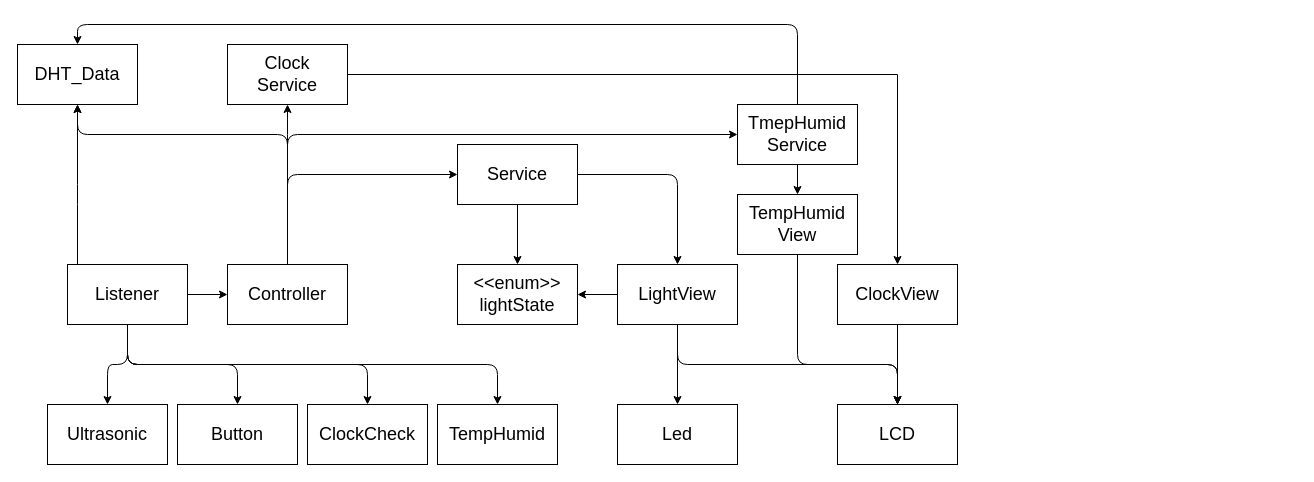
This is page "페이지-1" (1 of 2) of sw_design/architecture.drawio from Stradito/StandLight_Clock_temp_distan, a draw.io file, before an edit. Source tidied: cells renumbered, new cells numbered last; positions are measured from the earlier drawing's top-left corner, leaving out a move shared by most shapes. Both pictures are drawn from the tidied source at 100%, with x=0, y=0 at pixel (17, 24).
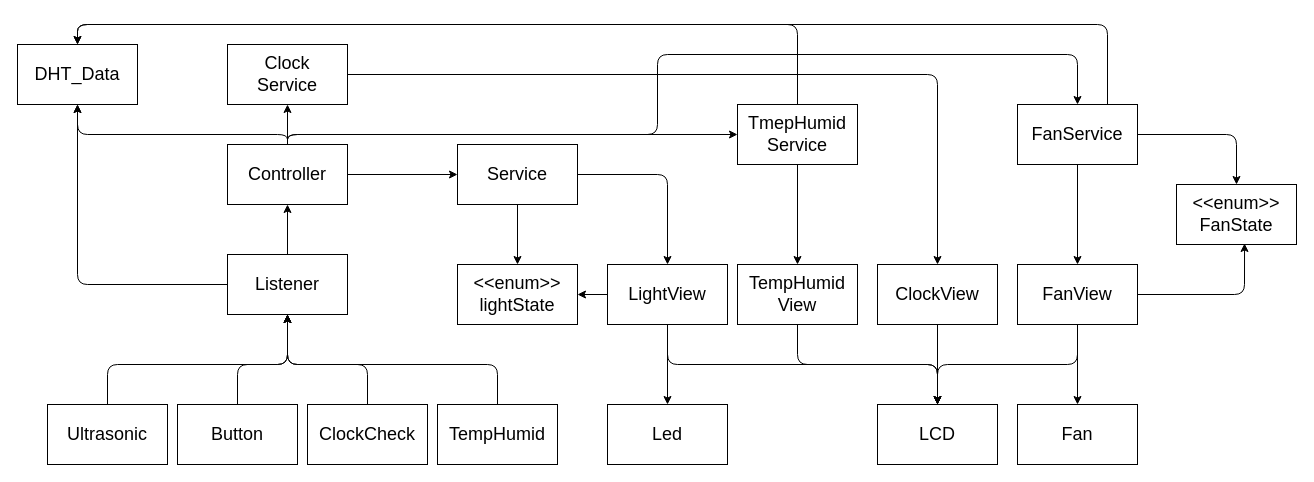
Above is the later version.

The change refers to these unchanged cells:
```xml
<mxCell id="2" value="Button" style="whiteSpace=wrap;html=1;fontSize=18;" parent="1" vertex="1">
  <mxGeometry x="160" y="380" width="120" height="60" as="geometry" />
</mxCell>
<mxCell id="19" value="Clock&lt;br&gt;Service" style="whiteSpace=wrap;html=1;fontSize=18;" parent="1" vertex="1">
  <mxGeometry x="210" y="20" width="120" height="60" as="geometry" />
</mxCell>
<mxCell id="23" value="Service" style="whiteSpace=wrap;html=1;fontSize=18;" parent="1" vertex="1">
  <mxGeometry x="440" y="120" width="120" height="60" as="geometry" />
</mxCell>
<mxCell id="28" value="ClockCheck" style="whiteSpace=wrap;html=1;fontSize=18;" parent="1" vertex="1">
  <mxGeometry x="290" y="380" width="120" height="60" as="geometry" />
</mxCell>
<mxCell id="29" value="DHT_Data" style="whiteSpace=wrap;html=1;fontSize=18;" parent="1" vertex="1">
  <mxGeometry y="20" width="120" height="60" as="geometry" />
</mxCell>
<mxCell id="35" value="Ultrasonic" style="whiteSpace=wrap;html=1;fontSize=18;" parent="1" vertex="1">
  <mxGeometry x="30" y="380" width="120" height="60" as="geometry" />
</mxCell>
<mxCell id="37" value="TempHumid" style="whiteSpace=wrap;html=1;fontSize=18;" parent="1" vertex="1">
  <mxGeometry x="420" y="380" width="120" height="60" as="geometry" />
</mxCell>
```

Diff of the diagram source:
```diff
@@
+    <mxCell id="38" style="edgeStyle=none;html=1;" parent="1" edge="1">
+      <mxGeometry relative="1" as="geometry">
+        <mxPoint x="220" y="380" as="sourcePoint" />
+        <mxPoint x="270" y="290" as="targetPoint" />
+        <Array as="points">
+          <mxPoint x="220" y="340" />
+          <mxPoint x="270" y="340" />
+        </Array>
+      </mxGeometry>
+    </mxCell>
@@
-    <mxCell id="3" style="edgeStyle=none;html=1;fontSize=18;entryX=0.5;entryY=0;entryDx=0;entryDy=0;" parent="1" edge="1" source="9" target="2">
-      <mxGeometry relative="1" as="geometry">
-        <Array as="points">
-          <mxPoint x="110" y="340" />
-          <mxPoint x="220" y="340" />
-        </Array>
-      </mxGeometry>
-    </mxCell>
@@
-    <mxCell id="5" style="edgeStyle=none;html=1;entryX=0.5;entryY=0;entryDx=0;entryDy=0;exitX=0.5;exitY=1;exitDx=0;exitDy=0;" parent="1" edge="1" source="9" target="28">
-      <mxGeometry relative="1" as="geometry">
-        <Array as="points">
-          <mxPoint x="110" y="340" />
-          <mxPoint x="350" y="340" />
-        </Array>
-      </mxGeometry>
-    </mxCell>
-    <mxCell id="6" style="edgeStyle=none;html=1;entryX=0.5;entryY=1;entryDx=0;entryDy=0;" parent="1" edge="1" target="29">
+    <mxCell id="6" style="edgeStyle=none;html=1;entryX=0.5;entryY=1;entryDx=0;entryDy=0;exitX=0;exitY=0.5;exitDx=0;exitDy=0;" parent="1" edge="1" source="9" target="29">
       <mxGeometry relative="1" as="geometry">
-        <mxPoint x="60" y="250" as="sourcePoint" />
         <Array as="points">
-          <mxPoint x="60" y="170" />
+          <mxPoint x="60" y="260" />
         </Array>
       </mxGeometry>
     </mxCell>
-    <mxCell id="7" style="edgeStyle=none;html=1;entryX=0.5;entryY=0;entryDx=0;entryDy=0;" parent="1" edge="1" source="9" target="35">
-      <mxGeometry relative="1" as="geometry">
-        <Array as="points">
-          <mxPoint x="110" y="340" />
-          <mxPoint x="90" y="340" />
-        </Array>
-      </mxGeometry>
-    </mxCell>
-    <mxCell id="8" style="edgeStyle=none;html=1;entryX=0.5;entryY=0;entryDx=0;entryDy=0;" parent="1" edge="1" source="9" target="37">
-      <mxGeometry relative="1" as="geometry">
-        <Array as="points">
-          <mxPoint x="110" y="340" />
-          <mxPoint x="480" y="340" />
-        </Array>
-      </mxGeometry>
-    </mxCell>
     <mxCell id="9" value="Listener" style="whiteSpace=wrap;html=1;fontSize=18;" parent="1" vertex="1">
-      <mxGeometry x="50" y="240" width="120" height="60" as="geometry" />
+      <mxGeometry x="210" y="230" width="120" height="60" as="geometry" />
     </mxCell>
-    <mxCell id="10" style="edgeStyle=none;html=1;fontSize=18;entryX=0.5;entryY=1;entryDx=0;entryDy=0;" parent="1" edge="1" target="19">
+    <mxCell id="10" style="edgeStyle=none;html=1;fontSize=18;entryX=0.5;entryY=1;entryDx=0;entryDy=0;exitX=0.5;exitY=0;exitDx=0;exitDy=0;" parent="1" edge="1" source="14" target="19">
       <mxGeometry relative="1" as="geometry">
-        <mxPoint x="270" y="240" as="sourcePoint" />
         <Array as="points">
           <mxPoint x="270" y="120" />
         </Array>
       </mxGeometry>
     </mxCell>
@@
+    <mxCell id="39" style="edgeStyle=none;html=1;entryX=0.5;entryY=0;entryDx=0;entryDy=0;" parent="1" edge="1" source="14" target="50">
+      <mxGeometry relative="1" as="geometry">
+        <Array as="points">
+          <mxPoint x="270" y="110" />
+          <mxPoint x="640" y="110" />
+          <mxPoint x="640" y="30" />
+          <mxPoint x="1060" y="30" />
+        </Array>
+      </mxGeometry>
+    </mxCell>
     <mxCell id="14" value="Controller" style="whiteSpace=wrap;html=1;fontSize=18;" parent="1" vertex="1">
-      <mxGeometry x="210" y="240" width="120" height="60" as="geometry" />
+      <mxGeometry x="210" y="120" width="120" height="60" as="geometry" />
     </mxCell>
@@
     <mxCell id="16" value="ClockView" style="whiteSpace=wrap;html=1;fontSize=18;" parent="1" vertex="1">
-      <mxGeometry x="820" y="240" width="120" height="60" as="geometry" />
+      <mxGeometry x="860" y="240" width="120" height="60" as="geometry" />
     </mxCell>
     <mxCell id="17" value="Led" style="whiteSpace=wrap;html=1;fontSize=18;" parent="1" vertex="1">
-      <mxGeometry x="600" y="380" width="120" height="60" as="geometry" />
+      <mxGeometry x="590" y="380" width="120" height="60" as="geometry" />
     </mxCell>
-    <mxCell id="18" style="edgeStyle=orthogonalEdgeStyle;html=1;exitX=1;exitY=0.5;exitDx=0;exitDy=0;entryX=0.5;entryY=0;entryDx=0;entryDy=0;fontSize=18;rounded=0;" parent="1" edge="1" source="19" target="16">
+    <mxCell id="18" style="edgeStyle=orthogonalEdgeStyle;html=1;exitX=1;exitY=0.5;exitDx=0;exitDy=0;entryX=0.5;entryY=0;entryDx=0;entryDy=0;fontSize=18;rounded=1;" parent="1" edge="1" source="19" target="16">
       <mxGeometry relative="1" as="geometry" />
     </mxCell>
@@
     <mxCell id="20" value="LCD" style="whiteSpace=wrap;html=1;fontSize=18;" parent="1" vertex="1">
-      <mxGeometry x="820" y="380" width="120" height="60" as="geometry" />
+      <mxGeometry x="860" y="380" width="120" height="60" as="geometry" />
     </mxCell>
     <mxCell id="21" style="edgeStyle=none;html=1;entryX=0.5;entryY=0;entryDx=0;entryDy=0;" parent="1" edge="1" source="23" target="27">
       <mxGeometry relative="1" as="geometry">
         <Array as="points">
-          <mxPoint x="660" y="150" />
+          <mxPoint x="650" y="150" />
         </Array>
       </mxGeometry>
     </mxCell>
@@
     <mxCell id="25" style="edgeStyle=none;html=1;entryX=0.5;entryY=0;entryDx=0;entryDy=0;exitX=0.5;exitY=1;exitDx=0;exitDy=0;" parent="1" edge="1" source="27" target="20">
       <mxGeometry relative="1" as="geometry">
         <Array as="points">
-          <mxPoint x="660" y="340" />
-          <mxPoint x="880" y="340" />
+          <mxPoint x="650" y="340" />
+          <mxPoint x="920" y="340" />
         </Array>
       </mxGeometry>
     </mxCell>
@@
     <mxCell id="27" value="LightView" style="whiteSpace=wrap;html=1;fontSize=18;" parent="1" vertex="1">
-      <mxGeometry x="600" y="240" width="120" height="60" as="geometry" />
+      <mxGeometry x="590" y="240" width="120" height="60" as="geometry" />
     </mxCell>
+    <mxCell id="40" style="edgeStyle=none;html=1;entryX=0.5;entryY=1;entryDx=0;entryDy=0;" parent="1" edge="1" source="28" target="9">
+      <mxGeometry relative="1" as="geometry">
+        <Array as="points">
+          <mxPoint x="350" y="340" />
+          <mxPoint x="270" y="340" />
+        </Array>
+      </mxGeometry>
+    </mxCell>
@@
     <mxCell id="33" style="edgeStyle=none;html=1;entryX=0.5;entryY=0;entryDx=0;entryDy=0;" parent="1" edge="1" source="34" target="20">
       <mxGeometry relative="1" as="geometry">
         <Array as="points">
           <mxPoint x="780" y="340" />
-          <mxPoint x="880" y="340" />
+          <mxPoint x="920" y="340" />
         </Array>
       </mxGeometry>
     </mxCell>
     <mxCell id="34" value="TempHumid&lt;br&gt;View" style="whiteSpace=wrap;html=1;fontSize=18;" parent="1" vertex="1">
-      <mxGeometry x="720" y="170" width="120" height="60" as="geometry" />
+      <mxGeometry x="720" y="240" width="120" height="60" as="geometry" />
     </mxCell>
+    <mxCell id="41" style="edgeStyle=none;html=1;entryX=0.5;entryY=1;entryDx=0;entryDy=0;exitX=0.5;exitY=0;exitDx=0;exitDy=0;" parent="1" edge="1" source="35" target="9">
+      <mxGeometry relative="1" as="geometry">
+        <Array as="points">
+          <mxPoint x="90" y="340" />
+          <mxPoint x="270" y="340" />
+        </Array>
+      </mxGeometry>
+    </mxCell>
@@
+    <mxCell id="42" style="edgeStyle=none;html=1;" parent="1" edge="1" source="37">
+      <mxGeometry relative="1" as="geometry">
+        <mxPoint x="270" y="290" as="targetPoint" />
+        <Array as="points">
+          <mxPoint x="480" y="340" />
+          <mxPoint x="270" y="340" />
+        </Array>
+      </mxGeometry>
+    </mxCell>
@@
+    <mxCell id="43" style="edgeStyle=none;html=1;entryX=0.5;entryY=0;entryDx=0;entryDy=0;" parent="1" edge="1" source="46" target="51">
+      <mxGeometry relative="1" as="geometry" />
+    </mxCell>
+    <mxCell id="44" style="edgeStyle=none;html=1;entryX=0.5;entryY=0;entryDx=0;entryDy=0;" parent="1" edge="1" source="46" target="20">
+      <mxGeometry relative="1" as="geometry">
+        <Array as="points">
+          <mxPoint x="1060" y="340" />
+          <mxPoint x="920" y="340" />
+        </Array>
+      </mxGeometry>
+    </mxCell>
+    <mxCell id="45" style="edgeStyle=none;html=1;entryX=0.567;entryY=0.983;entryDx=0;entryDy=0;entryPerimeter=0;" parent="1" edge="1" source="46" target="52">
+      <mxGeometry relative="1" as="geometry">
+        <Array as="points">
+          <mxPoint x="1227" y="270" />
+        </Array>
+      </mxGeometry>
+    </mxCell>
+    <mxCell id="46" value="FanView" style="whiteSpace=wrap;html=1;fontSize=18;" parent="1" vertex="1">
+      <mxGeometry x="1000" y="240" width="120" height="60" as="geometry" />
+    </mxCell>
+    <mxCell id="47" style="edgeStyle=none;html=1;" parent="1" edge="1" source="50" target="46">
+      <mxGeometry relative="1" as="geometry" />
+    </mxCell>
+    <mxCell id="48" style="edgeStyle=none;html=1;entryX=0.5;entryY=0;entryDx=0;entryDy=0;exitX=0.75;exitY=0;exitDx=0;exitDy=0;" parent="1" edge="1" source="50" target="29">
+      <mxGeometry relative="1" as="geometry">
+        <Array as="points">
+          <mxPoint x="1090" />
+          <mxPoint x="60" />
+        </Array>
+      </mxGeometry>
+    </mxCell>
+    <mxCell id="49" style="edgeStyle=none;html=1;entryX=0.5;entryY=0;entryDx=0;entryDy=0;" parent="1" edge="1" source="50" target="52">
+      <mxGeometry relative="1" as="geometry">
+        <Array as="points">
+          <mxPoint x="1219" y="110" />
+        </Array>
+      </mxGeometry>
+    </mxCell>
+    <mxCell id="50" value="FanService" style="whiteSpace=wrap;html=1;fontSize=18;" parent="1" vertex="1">
+      <mxGeometry x="1000" y="80" width="120" height="60" as="geometry" />
+    </mxCell>
+    <mxCell id="51" value="Fan" style="whiteSpace=wrap;html=1;fontSize=18;" parent="1" vertex="1">
+      <mxGeometry x="1000" y="380" width="120" height="60" as="geometry" />
+    </mxCell>
+    <mxCell id="52" value="&amp;lt;&amp;lt;enum&amp;gt;&amp;gt;&lt;br&gt;FanState" style="whiteSpace=wrap;html=1;fontSize=18;" parent="1" vertex="1">
+      <mxGeometry x="1159" y="160" width="120" height="60" as="geometry" />
+    </mxCell>
```
